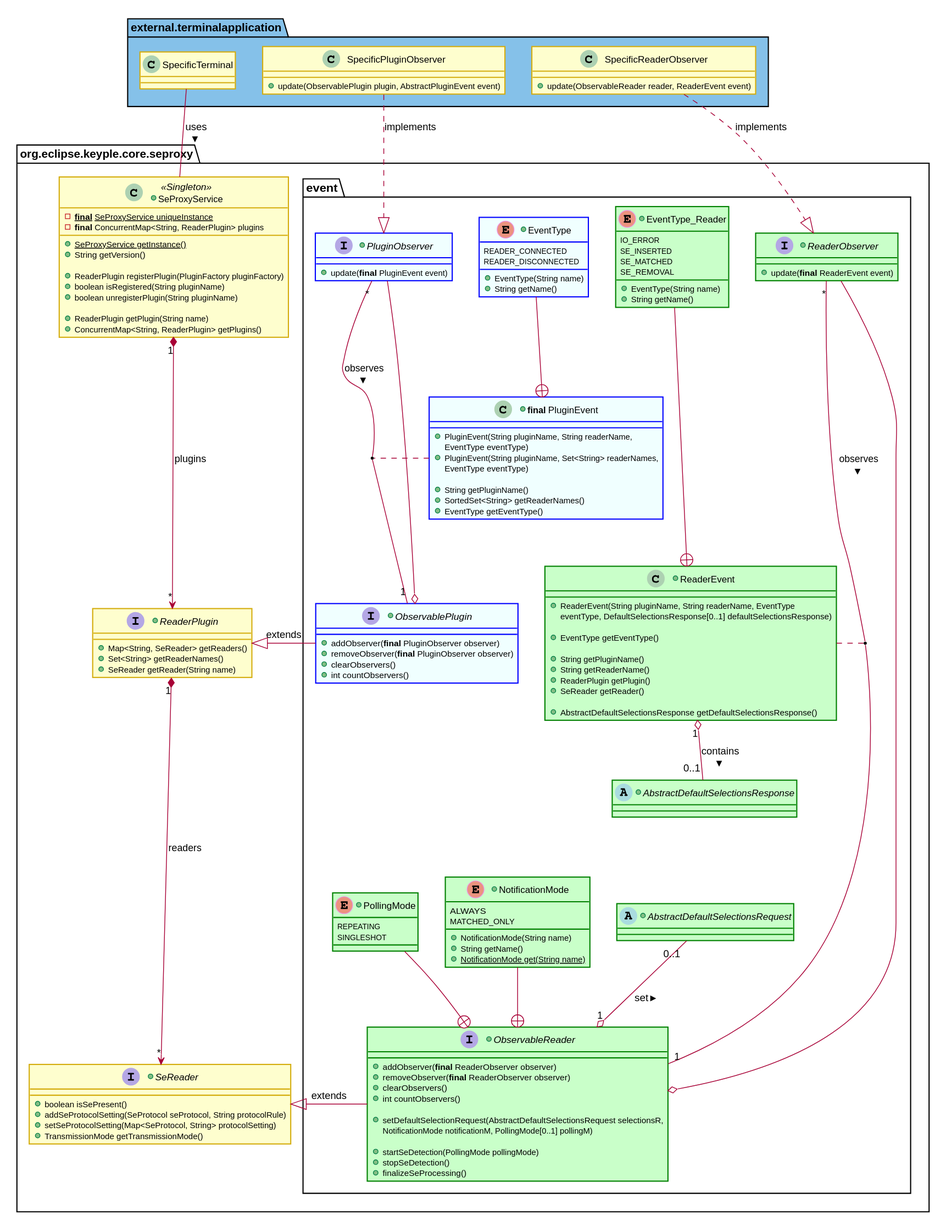
Earlier version of the PlantUML export docs/KeypleCoreApi/Application/img/KeypleCore_ApplicationApi_ClassDiag_SE_Proxy_ObservablePluginAndReaderEvents_0_9_0.svg (calypsonet/keyple). Source of this version:
```plantuml
@startuml
skinparam ClassBorderColor #D4AC0D
skinparam stereotypeABorderColor #A9DCDF
skinparam stereotypeIBorderColor #B4A7E5
skinparam stereotypeCBorderColor #ADD1B2
skinparam stereotypeEBorderColor #EB93DF
skinparam shadowing false

skinparam StateBorderColor #D4AC0D
skinparam ActivityBorderColor #D4AC0D

skinparam ClassBackgroundColor<<red>> #FDEDEC
skinparam ClassBorderColor<<red>> #E74C3C
hide <<red>> stereotype
skinparam ClassBackgroundColor<<purple>> #F4ECF7
skinparam ClassBorderColor<<purple>> #8E44AD
hide <<purple>> stereotype
skinparam ClassBackgroundColor<<blue>> #EBF5FB
skinparam ClassBorderColor<<blue>> #3498DB
hide <<blue>> stereotype
skinparam ClassBackgroundColor<<green>> #EAFAF1
skinparam ClassBorderColor<<green>> #2ECC71
hide <<green>> stereotype

skinparam ClassBackgroundColor<<orange>> #FDF2E9
skinparam ClassBorderColor<<orange>> #E67E22
hide <<orange>> stereotype

skinparam ClassBackgroundColor<<grey>> #EAECEE
skinparam ClassBorderColor<<grey>> #2C3E50
hide <<grey>> stereotype

package external.terminalapplication #85C1E9 {
  class SpecificTerminal

  class SpecificPluginObserver {
    +update(ObservablePlugin plugin, AbstractPluginEvent event)
  }
  class SpecificReaderObserver {
    +update(ObservableReader reader, ReaderEvent event)
  }

  SpecificTerminal -right[hidden]--> SpecificPluginObserver
  SpecificPluginObserver -right[hidden]--> SpecificReaderObserver
}

package org.eclipse.keyple.core.seproxy #FFFFFF {

  class SeProxyService

  package event #FFFFFF {
+enum "EventType" as EventType_Plugin {
  READER_CONNECTED
  READER_DISCONNECTED
  +EventType(String name)
  +String getName()
}

+class "<b>final</b> PluginEvent" as PluginEvent {
  +PluginEvent(String pluginName, String readerName,
    EventType eventType)
  +PluginEvent(String pluginName, Set<String> readerNames,
    EventType eventType)

  +String getPluginName()
  +SortedSet<String> getReaderNames()
  +EventType getEventType()
}
+interface PluginObserver {
  +update(<b>final</b> PluginEvent event)
}
    interface ObservablePlugin
    EventType_Plugin -up-+ PluginEvent


    PluginObserver "*" -down- "1" ObservablePlugin : observes >
    PluginEvent . (ObservablePlugin, PluginObserver)
    PluginObserver --o ObservablePlugin

    EventType_Reader -up--+ ReaderEvent
    ReaderEvent "1" o-down- "0..1" AbstractDefaultSelectionsResponse : contains >

+interface ReaderObserver {
  +update(<b>final</b> ReaderEvent event)
}
    interface ObservableReader
+enum NotificationMode {
  ALWAYS
  MATCHED_ONLY
  +NotificationMode(String name)
  +String getName()
  +{static}NotificationMode get(String name)
}

+enum PollingMode {
  REPEATING
  SINGLESHOT
}
+abstract AbstractDefaultSelectionsRequest {
}

+abstract AbstractDefaultSelectionsResponse {
}

    ReaderObserver "*" -down-- "1" ObservableReader : observes >
    ReaderEvent . (ReaderObserver, ObservableReader)
    ReaderObserver --o ObservableReader

    PollingMode --+ ObservableReader
    NotificationMode --+ ObservableReader
    ObservableReader "1" o-up- "0..1" AbstractDefaultSelectionsRequest : set >
AbstractDefaultSelectionsResponse -down[hidden]- AbstractDefaultSelectionsRequest
  }

  interface ReaderPlugin
+interface SeReader {
  +boolean isSePresent()
  +addSeProtocolSetting(SeProtocol seProtocol, String protocolRule)
  +setSeProtocolSetting(Map<SeProtocol, String> protocolSetting)
  +TransmissionMode getTransmissionMode()
}

  SeProxyService "1" *--> "*" ReaderPlugin : plugins
  ReaderPlugin "1" *-down-> "*" SeReader : readers

  ObservablePlugin -left-|> ReaderPlugin : extends
  ObservableReader -left-|> SeReader : extends
}

SpecificPluginObserver .down.|> PluginObserver : implements
SpecificReaderObserver .down.|> ReaderObserver : implements
SpecificTerminal -down- SeProxyService : uses >

SpecificTerminal -right[hidden]--- SpecificPluginObserver
SeProxyService -right[hidden]--> PluginObserver
PluginObserver  -right[hidden]--> EventType_Plugin
EventType_Plugin -right[hidden]--> EventType_Reader
EventType_Reader  -right[hidden]--> ReaderObserver


enum EventType_Plugin <<Plugin>>
interface PluginObserver <<Plugin>>
class PluginEvent <<Plugin>>
interface ObservablePlugin <<Plugin>>
hide <<Plugin>> stereotype

enum EventType_Reader <<Reader>>
interface ReaderObserver <<Reader>>
class ReaderEvent <<Reader>>
interface ObservableReader <<Reader>>
enum PollingMode <<Reader>>
enum NotificationMode <<Reader>>
abstract AbstractDefaultSelectionsRequest <<Reader>>
abstract AbstractDefaultSelectionsResponse <<Reader>>

hide <<Reader>> stereotype

skinparam class {
  BackgroundColor<<Plugin>> Azure
  BorderColor<<Plugin>> Blue
  BackgroundColor<<Reader>> TECHNOLOGY
  BorderColor<<Reader>> Green
}
+class "<b>final</b> SeProxyService" as SeProxyService << Singleton >> {
  -<b>final</b> {static}SeProxyService uniqueInstance
  -<b>final</b> ConcurrentMap<String, ReaderPlugin> plugins
  +{static}SeProxyService getInstance()
  +String getVersion()

  +ReaderPlugin registerPlugin(PluginFactory pluginFactory)
  +boolean isRegistered(String pluginName)
  +boolean unregisterPlugin(String pluginName)

  +ReaderPlugin getPlugin(String name)
  +ConcurrentMap<String, ReaderPlugin> getPlugins()
}
+interface ReaderPlugin {
  +Map<String, SeReader> getReaders()
  +Set<String> getReaderNames()
  +SeReader getReader(String name)
}
+interface ObservablePlugin {
  +addObserver(<b>final</b> PluginObserver observer)
  +removeObserver(<b>final</b> PluginObserver observer)
  +clearObservers()
  +int countObservers()
}
+enum "EventType" as EventType_Reader {
  IO_ERROR
  SE_INSERTED
  SE_MATCHED
  SE_REMOVAL
  +EventType(String name)
  +String getName()
}

+class "<b>final</b> ReaderEvent" as ReaderEvent {
  +ReaderEvent(String pluginName, String readerName, EventType
  eventType, DefaultSelectionsResponse[0..1] defaultSelectionsResponse)

  +EventType getEventType()

  +String getPluginName()
  +String getReaderName()
  +ReaderPlugin getPlugin()
  +SeReader getReader()

  +AbstractDefaultSelectionsResponse getDefaultSelectionsResponse()
}
+interface ObservableReader {
  +addObserver(<b>final</b> ReaderObserver observer)
  +removeObserver(<b>final</b> ReaderObserver observer)
  +clearObservers()
  +int countObservers()

  +setDefaultSelectionRequest(AbstractDefaultSelectionsRequest selectionsR,
    NotificationMode notificationM, PollingMode[0..1] pollingM)

  +startSeDetection(PollingMode pollingMode)
  +stopSeDetection()
  +finalizeSeProcessing()
}
@enduml
```
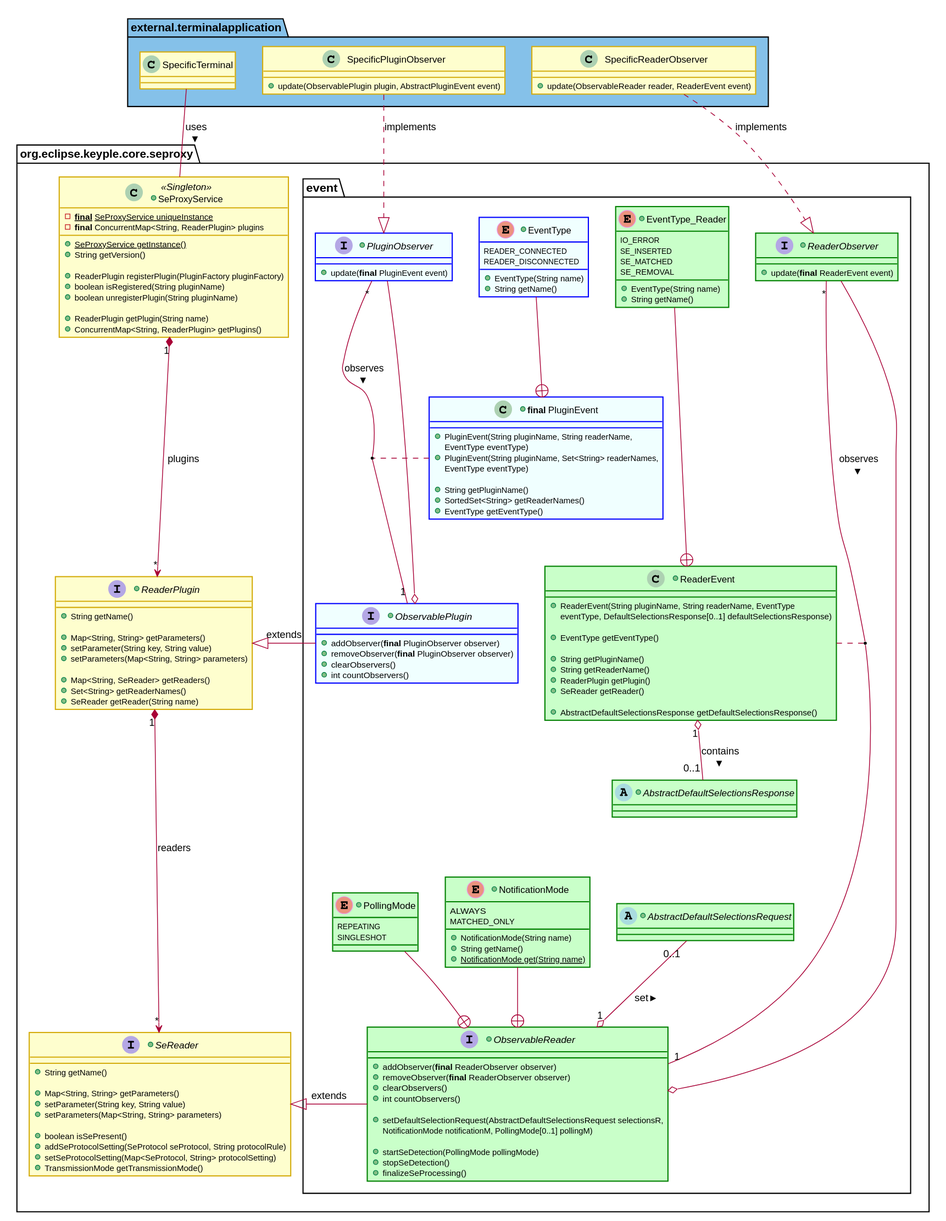
The same file after the commit.

The edit, as a diff of the source:
```diff
@@ -113,12 +113,7 @@
   }
 
   interface ReaderPlugin
-+interface SeReader {
-  +boolean isSePresent()
-  +addSeProtocolSetting(SeProtocol seProtocol, String protocolRule)
-  +setSeProtocolSetting(Map<SeProtocol, String> protocolSetting)
-  +TransmissionMode getTransmissionMode()
-}
+  interface SeReader
 
   SeProxyService "1" *--> "*" ReaderPlugin : plugins
   ReaderPlugin "1" *-down-> "*" SeReader : readers
@@ -175,9 +170,27 @@
   +ConcurrentMap<String, ReaderPlugin> getPlugins()
 }
 +interface ReaderPlugin {
+  +String getName()
+
+  +Map<String, String> getParameters()
+  +setParameter(String key, String value)
+  +setParameters(Map<String, String> parameters)
+
   +Map<String, SeReader> getReaders()
   +Set<String> getReaderNames()
   +SeReader getReader(String name)
+}
++interface SeReader {
+  +String getName()
+
+  +Map<String, String> getParameters()
+  +setParameter(String key, String value)
+  +setParameters(Map<String, String> parameters)
+
+  +boolean isSePresent()
+  +addSeProtocolSetting(SeProtocol seProtocol, String protocolRule)
+  +setSeProtocolSetting(Map<SeProtocol, String> protocolSetting)
+  +TransmissionMode getTransmissionMode()
 }
 +interface ObservablePlugin {
   +addObserver(<b>final</b> PluginObserver observer)
```
